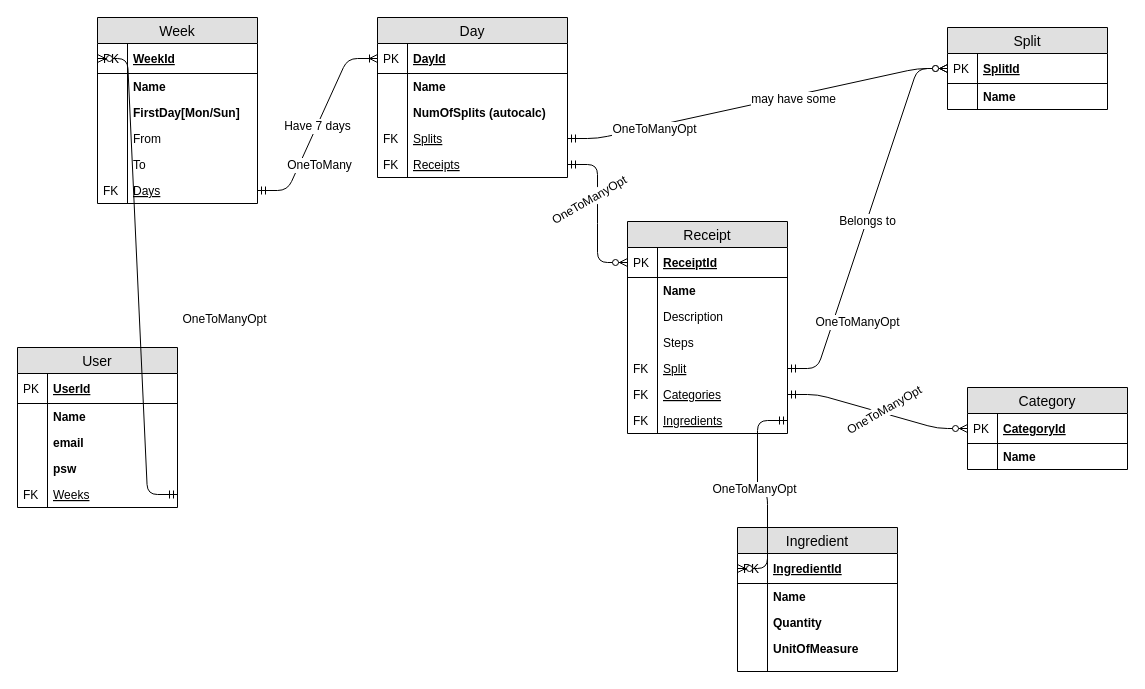
Earlier version of the draw.io diagram _docs/ER-Diagram.drawio (Zeppelin17/MyEatsScheduler). Source tidied: cells renumbered, new cells numbered last; positions are measured from the earlier drawing's top-left corner, leaving out a move shared by most shapes. Both pictures are drawn from the tidied source at 100%, with x=0, y=0 at pixel (17, 17).
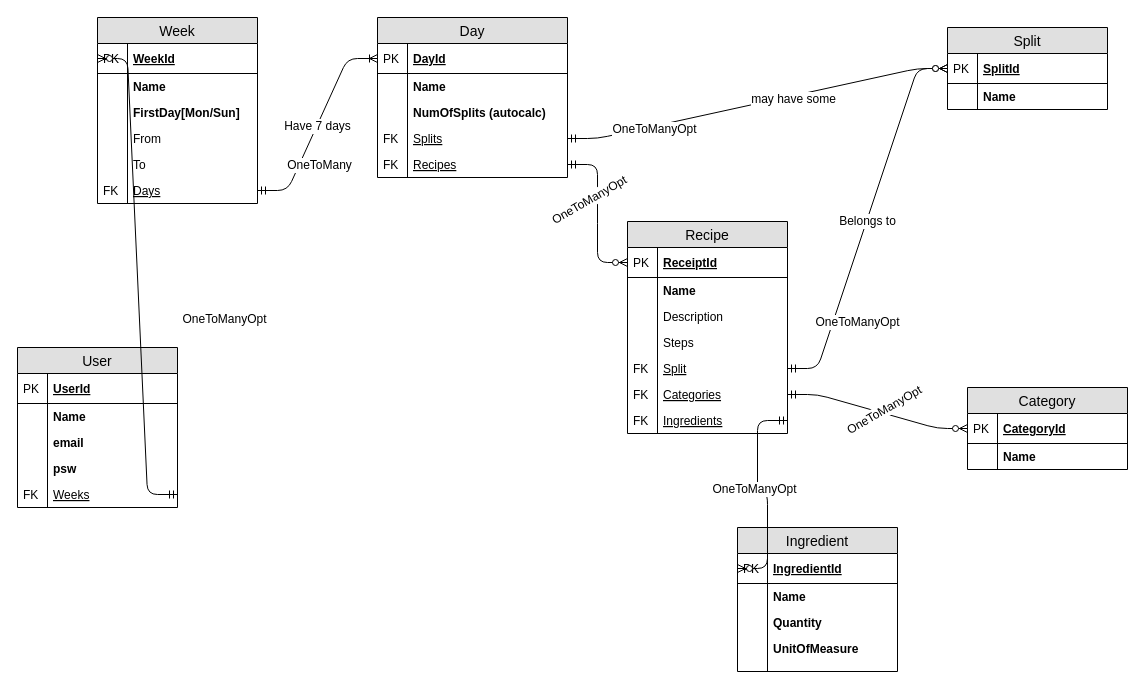
The same page after the edit.

Commit message (it also covers changes not shown here):
Correct misspell in ER diagram

The change refers to these unchanged cells:
```xml
<mxCell id="15" value="Day" style="swimlane;fontStyle=0;horizontal=1;startSize=26;fillColor=#e0e0e0;swimlaneFillColor=#ffffff;align=center;fontSize=14;" parent="1" vertex="1">
  <mxGeometry x="360" width="190" height="160" as="geometry" />
</mxCell>
```

Diff of the diagram source:
```diff
@@
-    <mxCell id="24" value="Receipts" style="shape=partialRectangle;top=0;left=0;right=0;bottom=0;align=left;verticalAlign=top;fillColor=none;spacingLeft=34;spacingRight=4;overflow=hidden;points=[[0,0.5],[1,0.5]];portConstraint=eastwest;fontSize=12;fontStyle=4;" parent="15" vertex="1">
+    <mxCell id="24" value="Recipes" style="shape=partialRectangle;top=0;left=0;right=0;bottom=0;align=left;verticalAlign=top;fillColor=none;spacingLeft=34;spacingRight=4;overflow=hidden;points=[[0,0.5],[1,0.5]];portConstraint=eastwest;fontSize=12;fontStyle=4;" parent="15" vertex="1">
       <mxGeometry y="134" width="190" height="26" as="geometry" />
     </mxCell>
@@
-    <mxCell id="26" value="Receipt" style="swimlane;fontStyle=0;horizontal=1;startSize=26;fillColor=#e0e0e0;swimlaneFillColor=#ffffff;align=center;fontSize=14;" parent="1" vertex="1">
+    <mxCell id="26" value="Recipe" style="swimlane;fontStyle=0;horizontal=1;startSize=26;fillColor=#e0e0e0;swimlaneFillColor=#ffffff;align=center;fontSize=14;" parent="1" vertex="1">
       <mxGeometry x="610" y="204" width="160" height="212" as="geometry" />
     </mxCell>
```
